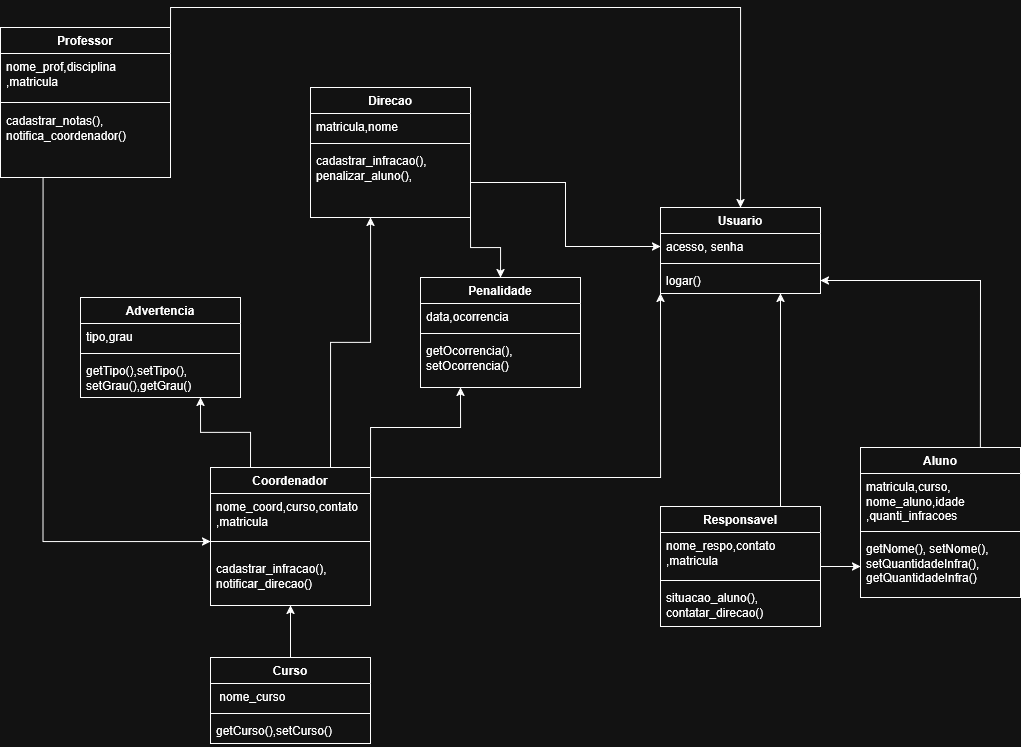
Earlier version of the draw.io export identificaçãodeclasse.drawio.png (J-Gabriels-dev/Problema.suap). Source tidied: cells renumbered, new cells last; positions are measured from the earlier drawing's top-left corner, leaving out a move shared by most shapes.
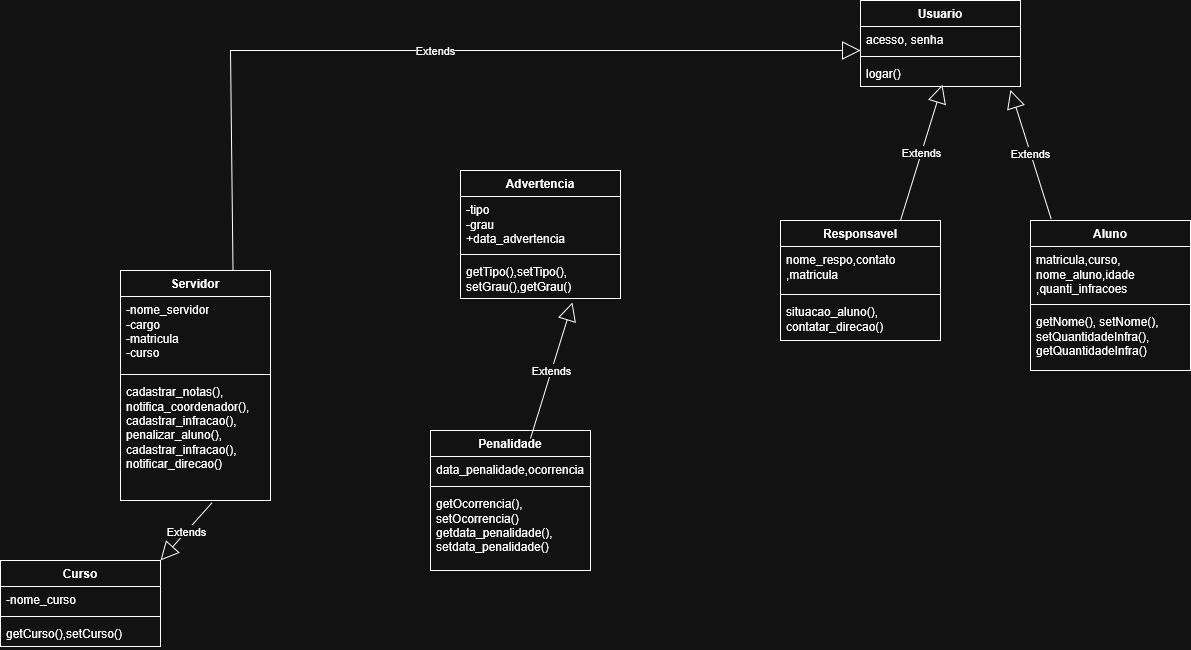
After the change.

Commit message:
Alterando Diagramas Criando a classe servidor

What changed in the source:
```diff
@@ -2,66 +2,8 @@
   <root>
     <mxCell id="0" />
     <mxCell id="1" parent="0" />
-    <mxCell id="2" style="edgeStyle=orthogonalEdgeStyle;rounded=0;jettySize=auto;html=1;exitX=0.25;exitY=1;exitDx=0;exitDy=0;" parent="1" edge="1" source="4" target="14">
-      <mxGeometry relative="1" as="geometry" />
-    </mxCell>
-    <mxCell id="3" style="edgeStyle=orthogonalEdgeStyle;rounded=0;jettySize=auto;html=1;exitX=1;exitY=0;exitDx=0;exitDy=0;" parent="1" edge="1" source="4" target="31">
-      <mxGeometry relative="1" as="geometry" />
-    </mxCell>
-    <mxCell id="4" value="&lt;div&gt;Professor&lt;/div&gt;" style="swimlane;fontStyle=1;align=center;verticalAlign=top;horizontal=1;startSize=26;whiteSpace=wrap;html=1;" parent="1" vertex="1">
-      <mxGeometry width="170" height="150" as="geometry" />
-    </mxCell>
-    <mxCell id="5" value="&lt;div&gt;nome_prof,disciplina&lt;/div&gt;&lt;div&gt;,matricula&lt;/div&gt;" style="text;strokeColor=none;fillColor=none;align=left;verticalAlign=top;spacingLeft=4;spacingRight=4;overflow=hidden;whiteSpace=wrap;html=1;" parent="4" vertex="1">
-      <mxGeometry y="26" width="170" height="44" as="geometry" />
-    </mxCell>
-    <mxCell id="6" style="line;strokeWidth=1;fillColor=none;align=left;verticalAlign=middle;spacingTop=-1;spacingLeft=3;spacingRight=3;labelPosition=right;strokeColor=inherit;" parent="4" vertex="1">
-      <mxGeometry y="70" width="170" height="10" as="geometry" />
-    </mxCell>
-    <mxCell id="7" value="&lt;div&gt;cadastrar_notas(),&lt;/div&gt;&lt;div&gt;notifica_coordenador()&lt;/div&gt;&lt;div&gt;&lt;br&gt;&lt;/div&gt;" style="text;strokeColor=none;fillColor=none;align=left;verticalAlign=top;spacingLeft=4;spacingRight=4;overflow=hidden;whiteSpace=wrap;html=1;" parent="4" vertex="1">
-      <mxGeometry y="80" width="170" height="70" as="geometry" />
-    </mxCell>
-    <mxCell id="8" style="edgeStyle=orthogonalEdgeStyle;rounded=0;jettySize=auto;html=1;exitX=0.75;exitY=0;exitDx=0;exitDy=0;" parent="1" edge="1" source="12" target="39">
-      <mxGeometry relative="1" as="geometry">
-        <Array as="points">
-          <mxPoint x="330" y="315" />
-          <mxPoint x="370" y="315" />
-        </Array>
-      </mxGeometry>
-    </mxCell>
-    <mxCell id="9" style="edgeStyle=orthogonalEdgeStyle;rounded=0;jettySize=auto;html=1;exitX=1;exitY=0.25;exitDx=0;exitDy=0;entryX=0;entryY=1;entryDx=0;entryDy=0;" parent="1" edge="1" source="12" target="31">
-      <mxGeometry relative="1" as="geometry">
-        <Array as="points">
-          <mxPoint x="370" y="450" />
-          <mxPoint x="660" y="450" />
-        </Array>
-      </mxGeometry>
-    </mxCell>
-    <mxCell id="10" style="edgeStyle=orthogonalEdgeStyle;rounded=0;jettySize=auto;html=1;exitX=0.25;exitY=0;exitDx=0;exitDy=0;entryX=0.75;entryY=1;entryDx=0;entryDy=0;" parent="1" edge="1" source="12" target="45">
-      <mxGeometry relative="1" as="geometry" />
-    </mxCell>
-    <mxCell id="11" style="edgeStyle=orthogonalEdgeStyle;rounded=0;jettySize=auto;html=1;exitX=1;exitY=0;exitDx=0;exitDy=0;entryX=0.25;entryY=1;entryDx=0;entryDy=0;" parent="1" edge="1" source="12" target="22">
-      <mxGeometry relative="1" as="geometry" />
-    </mxCell>
-    <mxCell id="12" value="Coordenador" style="swimlane;fontStyle=1;align=center;verticalAlign=top;horizontal=1;startSize=26;whiteSpace=wrap;html=1;" parent="1" vertex="1">
-      <mxGeometry x="210" y="440" width="160" height="138" as="geometry" />
-    </mxCell>
-    <mxCell id="13" value="&lt;div&gt;nome_coord,curso,contato&lt;/div&gt;&lt;div&gt;,matricula&lt;/div&gt;" style="text;strokeColor=none;fillColor=none;align=left;verticalAlign=top;spacingLeft=4;spacingRight=4;overflow=hidden;whiteSpace=wrap;html=1;" parent="12" vertex="1">
-      <mxGeometry y="26" width="160" height="34" as="geometry" />
-    </mxCell>
-    <mxCell id="14" style="line;strokeWidth=1;fillColor=none;align=left;verticalAlign=middle;spacingTop=-1;spacingLeft=3;spacingRight=3;labelPosition=right;points=[];portConstraint=eastwest;strokeColor=inherit;" parent="12" vertex="1">
-      <mxGeometry y="60" width="160" height="28" as="geometry" />
-    </mxCell>
-    <mxCell id="15" value="&lt;div&gt;cadastrar_infracao(),&lt;/div&gt;&lt;div&gt;notificar_direcao()&lt;/div&gt;" style="text;strokeColor=none;fillColor=none;align=left;verticalAlign=top;spacingLeft=4;spacingRight=4;overflow=hidden;whiteSpace=wrap;html=1;" parent="12" vertex="1">
-      <mxGeometry y="88" width="160" height="50" as="geometry" />
-    </mxCell>
-    <mxCell id="16" style="edgeStyle=orthogonalEdgeStyle;rounded=0;jettySize=auto;html=1;exitX=1;exitY=0.5;exitDx=0;exitDy=0;" parent="1" edge="1" source="18" target="30">
-      <mxGeometry relative="1" as="geometry" />
-    </mxCell>
-    <mxCell id="17" style="edgeStyle=orthogonalEdgeStyle;rounded=0;jettySize=auto;html=1;exitX=0.75;exitY=0;exitDx=0;exitDy=0;entryX=0.75;entryY=1;entryDx=0;entryDy=0;" parent="1" edge="1" source="18" target="31">
-      <mxGeometry relative="1" as="geometry" />
-    </mxCell>
     <mxCell id="18" value="Responsavel" style="swimlane;fontStyle=1;align=center;verticalAlign=top;horizontal=1;startSize=26;whiteSpace=wrap;html=1;" parent="1" vertex="1">
-      <mxGeometry x="660" y="479" width="160" height="120" as="geometry" />
+      <mxGeometry x="600" y="160" width="160" height="120" as="geometry" />
     </mxCell>
     <mxCell id="19" value="&lt;div&gt;nome_respo,contato&lt;/div&gt;&lt;div&gt;,matricula&lt;/div&gt;" style="text;strokeColor=none;fillColor=none;align=left;verticalAlign=top;spacingLeft=4;spacingRight=4;overflow=hidden;whiteSpace=wrap;html=1;" parent="18" vertex="1">
       <mxGeometry y="26" width="160" height="44" as="geometry" />
@@ -73,22 +15,19 @@
       <mxGeometry y="78" width="160" height="42" as="geometry" />
     </mxCell>
     <mxCell id="22" value="&lt;div&gt;Penalidade&lt;/div&gt;" style="swimlane;fontStyle=1;align=center;verticalAlign=top;horizontal=1;startSize=26;whiteSpace=wrap;html=1;" parent="1" vertex="1">
-      <mxGeometry x="420" y="250" width="160" height="110" as="geometry" />
+      <mxGeometry x="250" y="370" width="160" height="140" as="geometry" />
     </mxCell>
-    <mxCell id="23" value="data,ocorrencia" style="text;strokeColor=none;fillColor=none;align=left;verticalAlign=top;spacingLeft=4;spacingRight=4;overflow=hidden;whiteSpace=wrap;html=1;" parent="22" vertex="1">
+    <mxCell id="23" value="data_penalidade,ocorrencia" style="text;strokeColor=none;fillColor=none;align=left;verticalAlign=top;spacingLeft=4;spacingRight=4;overflow=hidden;whiteSpace=wrap;html=1;" parent="22" vertex="1">
       <mxGeometry y="26" width="160" height="26" as="geometry" />
     </mxCell>
     <mxCell id="24" style="line;strokeWidth=1;fillColor=none;align=left;verticalAlign=middle;spacingTop=-1;spacingLeft=3;spacingRight=3;labelPosition=right;strokeColor=inherit;" parent="22" vertex="1">
       <mxGeometry y="52" width="160" height="8" as="geometry" />
     </mxCell>
-    <mxCell id="25" value="&lt;div&gt;getOcorrencia(),&lt;/div&gt;&lt;div&gt;setOcorrencia()&lt;/div&gt;" style="text;strokeColor=none;fillColor=none;align=left;verticalAlign=top;spacingLeft=4;spacingRight=4;overflow=hidden;whiteSpace=wrap;html=1;" parent="22" vertex="1">
-      <mxGeometry y="60" width="160" height="50" as="geometry" />
+    <mxCell id="25" value="&lt;div&gt;getOcorrencia(),&lt;/div&gt;&lt;div&gt;setOcorrencia()&lt;/div&gt;&lt;div&gt;&lt;div&gt;getdata_penalidade(),&lt;/div&gt;&lt;div&gt;setdata_penalidade()&lt;/div&gt;&lt;br&gt;&lt;/div&gt;" style="text;strokeColor=none;fillColor=none;align=left;verticalAlign=top;spacingLeft=4;spacingRight=4;overflow=hidden;whiteSpace=wrap;html=1;" parent="22" vertex="1">
+      <mxGeometry y="60" width="160" height="80" as="geometry" />
     </mxCell>
-    <mxCell id="26" style="edgeStyle=orthogonalEdgeStyle;rounded=0;jettySize=auto;html=1;exitX=0.75;exitY=0;exitDx=0;exitDy=0;entryX=1;entryY=0.5;entryDx=0;entryDy=0;" parent="1" edge="1" source="27" target="34">
-      <mxGeometry relative="1" as="geometry" />
-    </mxCell>
     <mxCell id="27" value="Aluno" style="swimlane;fontStyle=1;align=center;verticalAlign=top;horizontal=1;startSize=26;whiteSpace=wrap;html=1;" parent="1" vertex="1">
-      <mxGeometry x="860" y="420" width="160" height="150" as="geometry" />
+      <mxGeometry x="850" y="160" width="160" height="150" as="geometry" />
     </mxCell>
     <mxCell id="28" value="&lt;div&gt;matricula,curso,&lt;/div&gt;&lt;div&gt;nome_aluno,idade&lt;/div&gt;,quanti_infracoes" style="text;strokeColor=none;fillColor=none;align=left;verticalAlign=top;spacingLeft=4;spacingRight=4;overflow=hidden;whiteSpace=wrap;html=1;" parent="27" vertex="1">
       <mxGeometry y="26" width="160" height="54" as="geometry" />
@@ -100,7 +39,7 @@
       <mxGeometry y="88" width="160" height="62" as="geometry" />
     </mxCell>
     <mxCell id="31" value="Usuario" style="swimlane;fontStyle=1;align=center;verticalAlign=top;horizontal=1;startSize=26;whiteSpace=wrap;html=1;" parent="1" vertex="1">
-      <mxGeometry x="660" y="180" width="160" height="86" as="geometry" />
+      <mxGeometry x="680" y="-60" width="160" height="86" as="geometry" />
     </mxCell>
     <mxCell id="32" value="acesso, senha" style="text;strokeColor=none;fillColor=none;align=left;verticalAlign=top;spacingLeft=4;spacingRight=4;overflow=hidden;points=[[0,0.5],[1,0.5]];portConstraint=eastwest;whiteSpace=wrap;html=1;" parent="31" vertex="1">
       <mxGeometry y="26" width="160" height="26" as="geometry" />
@@ -111,28 +50,10 @@
     <mxCell id="34" value="logar()" style="text;strokeColor=none;fillColor=none;align=left;verticalAlign=top;spacingLeft=4;spacingRight=4;overflow=hidden;points=[[0,0.5],[1,0.5]];portConstraint=eastwest;whiteSpace=wrap;html=1;" parent="31" vertex="1">
       <mxGeometry y="60" width="160" height="26" as="geometry" />
     </mxCell>
-    <mxCell id="35" style="edgeStyle=orthogonalEdgeStyle;rounded=0;jettySize=auto;html=1;exitX=1;exitY=1;exitDx=0;exitDy=0;" parent="1" edge="1" source="36" target="22">
-      <mxGeometry relative="1" as="geometry" />
-    </mxCell>
-    <mxCell id="36" value="Direcao" style="swimlane;fontStyle=1;align=center;verticalAlign=top;horizontal=1;startSize=26;whiteSpace=wrap;html=1;" parent="1" vertex="1">
-      <mxGeometry x="310" y="60" width="160" height="130" as="geometry" />
-    </mxCell>
-    <mxCell id="37" value="matricula,nome" style="text;strokeColor=none;fillColor=none;align=left;verticalAlign=top;spacingLeft=4;spacingRight=4;overflow=hidden;whiteSpace=wrap;html=1;" parent="36" vertex="1">
-      <mxGeometry y="26" width="160" height="26" as="geometry" />
-    </mxCell>
-    <mxCell id="38" style="line;strokeWidth=1;fillColor=none;align=left;verticalAlign=middle;spacingTop=-1;spacingLeft=3;spacingRight=3;labelPosition=right;strokeColor=inherit;" parent="36" vertex="1">
-      <mxGeometry y="52" width="160" height="8" as="geometry" />
-    </mxCell>
-    <mxCell id="39" value="&lt;div&gt;cadastrar_infracao(),&lt;/div&gt;penalizar_aluno()," style="text;strokeColor=none;fillColor=none;align=left;verticalAlign=top;spacingLeft=4;spacingRight=4;overflow=hidden;points=[[0,0.5],[1,0.5]];portConstraint=eastwest;whiteSpace=wrap;html=1;" parent="36" vertex="1">
-      <mxGeometry y="60" width="160" height="70" as="geometry" />
-    </mxCell>
-    <mxCell id="40" style="edgeStyle=orthogonalEdgeStyle;rounded=0;jettySize=auto;html=1;exitX=0.5;exitY=0;exitDx=0;exitDy=0;entryX=0.5;entryY=1;entryDx=0;entryDy=0;" parent="1" edge="1" source="41" target="12">
-      <mxGeometry relative="1" as="geometry" />
-    </mxCell>
     <mxCell id="41" value="Curso" style="swimlane;fontStyle=1;align=center;verticalAlign=top;horizontal=1;startSize=26;whiteSpace=wrap;html=1;" parent="1" vertex="1">
-      <mxGeometry x="210" y="630" width="160" height="86" as="geometry" />
+      <mxGeometry x="-180" y="500" width="160" height="86" as="geometry" />
     </mxCell>
-    <mxCell id="42" value="&amp;nbsp;nome_curso" style="text;strokeColor=none;fillColor=none;align=left;verticalAlign=top;spacingLeft=4;spacingRight=4;overflow=hidden;whiteSpace=wrap;html=1;" parent="41" vertex="1">
+    <mxCell id="42" value="-nome_curso" style="text;strokeColor=none;fillColor=none;align=left;verticalAlign=top;spacingLeft=4;spacingRight=4;overflow=hidden;whiteSpace=wrap;html=1;" parent="41" vertex="1">
       <mxGeometry y="26" width="160" height="26" as="geometry" />
     </mxCell>
     <mxCell id="43" style="line;strokeWidth=1;fillColor=none;align=left;verticalAlign=middle;spacingTop=-1;spacingLeft=3;spacingRight=3;labelPosition=right;strokeColor=inherit;" parent="41" vertex="1">
@@ -142,19 +63,54 @@
       <mxGeometry y="60" width="160" height="26" as="geometry" />
     </mxCell>
     <mxCell id="45" value="Advertencia" style="swimlane;fontStyle=1;align=center;verticalAlign=top;horizontal=1;startSize=26;whiteSpace=wrap;html=1;" parent="1" vertex="1">
-      <mxGeometry x="80" y="270" width="160" height="100" as="geometry" />
+      <mxGeometry x="280" y="110" width="160" height="128" as="geometry" />
     </mxCell>
-    <mxCell id="46" value="tipo,grau" style="text;strokeColor=none;fillColor=none;align=left;verticalAlign=top;spacingLeft=4;spacingRight=4;overflow=hidden;whiteSpace=wrap;html=1;" parent="45" vertex="1">
-      <mxGeometry y="26" width="160" height="26" as="geometry" />
+    <mxCell id="46" value="&lt;div&gt;-tipo&lt;/div&gt;&lt;div&gt;-grau&lt;/div&gt;&lt;div&gt;+data_advertencia&lt;/div&gt;" style="text;strokeColor=none;fillColor=none;align=left;verticalAlign=top;spacingLeft=4;spacingRight=4;overflow=hidden;whiteSpace=wrap;html=1;" parent="45" vertex="1">
+      <mxGeometry y="26" width="160" height="54" as="geometry" />
     </mxCell>
     <mxCell id="47" style="line;strokeWidth=1;fillColor=none;align=left;verticalAlign=middle;spacingTop=-1;spacingLeft=3;spacingRight=3;labelPosition=right;strokeColor=inherit;" parent="45" vertex="1">
-      <mxGeometry y="52" width="160" height="8" as="geometry" />
+      <mxGeometry y="80" width="160" height="8" as="geometry" />
     </mxCell>
     <mxCell id="48" value="&lt;div&gt;getTipo(),setTipo(),&lt;/div&gt;setGrau(),getGrau()" style="text;strokeColor=none;fillColor=none;align=left;verticalAlign=top;spacingLeft=4;spacingRight=4;overflow=hidden;whiteSpace=wrap;html=1;" parent="45" vertex="1">
-      <mxGeometry y="60" width="160" height="40" as="geometry" />
+      <mxGeometry y="88" width="160" height="40" as="geometry" />
     </mxCell>
-    <mxCell id="49" style="edgeStyle=orthogonalEdgeStyle;rounded=0;jettySize=auto;html=1;exitX=1;exitY=0.5;exitDx=0;exitDy=0;entryX=0;entryY=0.5;entryDx=0;entryDy=0;" parent="1" edge="1" source="39" target="32">
-      <mxGeometry relative="1" as="geometry" />
-    </mxCell>
+    <mxCell id="50" value="Extends" style="endArrow=block;endSize=16;endFill=0;html=1;rounded=0;exitX=0.129;exitY=-0.011;exitDx=0;exitDy=0;exitPerimeter=0;" parent="1" edge="1" source="27">
+      <mxGeometry relative="1" as="geometry">
+        <mxPoint x="830" y="29.4" as="targetPoint" />
+      </mxGeometry>
+    </mxCell>
+    <mxCell id="51" value="Extends" style="endArrow=block;endSize=16;endFill=0;html=1;rounded=0;entryX=0;entryY=0.923;entryDx=0;entryDy=0;entryPerimeter=0;exitX=0.75;exitY=0;exitDx=0;exitDy=0;" parent="1" edge="1" source="53" target="32">
+      <mxGeometry relative="1" as="geometry">
+        <Array as="points">
+          <mxPoint x="50" y="-10" />
+        </Array>
+      </mxGeometry>
+    </mxCell>
+    <mxCell id="52" value="Extends" style="endArrow=block;endSize=16;endFill=0;html=1;rounded=0;entryX=0.512;entryY=0.932;entryDx=0;entryDy=0;entryPerimeter=0;" parent="1" edge="1" target="34">
+      <mxGeometry relative="1" as="geometry">
+        <mxPoint x="720" y="160" as="sourcePoint" />
+      </mxGeometry>
+    </mxCell>
+    <mxCell id="53" value="Servidor" style="swimlane;fontStyle=1;align=center;verticalAlign=top;horizontal=1;startSize=26;whiteSpace=wrap;html=1;" parent="1" vertex="1">
+      <mxGeometry x="-60" y="210" width="150" height="230" as="geometry" />
+    </mxCell>
+    <mxCell id="54" value="&lt;div&gt;-nome_servidor&lt;/div&gt;&lt;div&gt;-cargo&lt;/div&gt;&lt;div&gt;-matricula&lt;/div&gt;&lt;div&gt;-curso&lt;/div&gt;" style="text;strokeColor=none;fillColor=none;align=left;verticalAlign=top;spacingLeft=4;spacingRight=4;overflow=hidden;whiteSpace=wrap;html=1;" parent="53" vertex="1">
+      <mxGeometry y="26" width="150" height="74" as="geometry" />
+    </mxCell>
+    <mxCell id="55" style="line;strokeWidth=1;fillColor=none;align=left;verticalAlign=middle;spacingTop=-1;spacingLeft=3;spacingRight=3;labelPosition=right;strokeColor=inherit;" parent="53" vertex="1">
+      <mxGeometry y="100" width="150" height="8" as="geometry" />
+    </mxCell>
+    <mxCell id="56" value="&lt;div&gt;cadastrar_notas(),&lt;/div&gt;&lt;div&gt;notifica_coordenador(),&lt;/div&gt;&lt;div&gt;&lt;div&gt;cadastrar_infracao(),&lt;/div&gt;penalizar_aluno(),&lt;/div&gt;&lt;div&gt;&lt;div&gt;cadastrar_infracao(),&lt;/div&gt;&lt;div&gt;notificar_direcao()&lt;/div&gt;&lt;br&gt;&lt;br&gt;&lt;/div&gt;" style="text;strokeColor=none;fillColor=none;align=left;verticalAlign=top;spacingLeft=4;spacingRight=4;overflow=hidden;points=[[0,0.5],[1,0.5]];portConstraint=eastwest;whiteSpace=wrap;html=1;" parent="53" vertex="1">
+      <mxGeometry y="108" width="150" height="122" as="geometry" />
+    </mxCell>
+    <mxCell id="57" value="Extends" style="endArrow=block;endSize=16;endFill=0;html=1;rounded=0;entryX=1;entryY=0;entryDx=0;entryDy=0;exitX=0.609;exitY=1.02;exitDx=0;exitDy=0;exitPerimeter=0;" parent="1" edge="1" source="56" target="41">
+      <mxGeometry relative="1" as="geometry" />
+    </mxCell>
+    <mxCell id="58" value="Extends" style="endArrow=block;endSize=16;endFill=0;html=1;rounded=0;entryX=0.512;entryY=0.932;entryDx=0;entryDy=0;entryPerimeter=0;" parent="1" edge="1">
+      <mxGeometry relative="1" as="geometry">
+        <mxPoint x="350" y="378" as="sourcePoint" />
+        <mxPoint x="392" y="242" as="targetPoint" />
+      </mxGeometry>
+    </mxCell>
   </root>
 </mxGraphModel>
```
